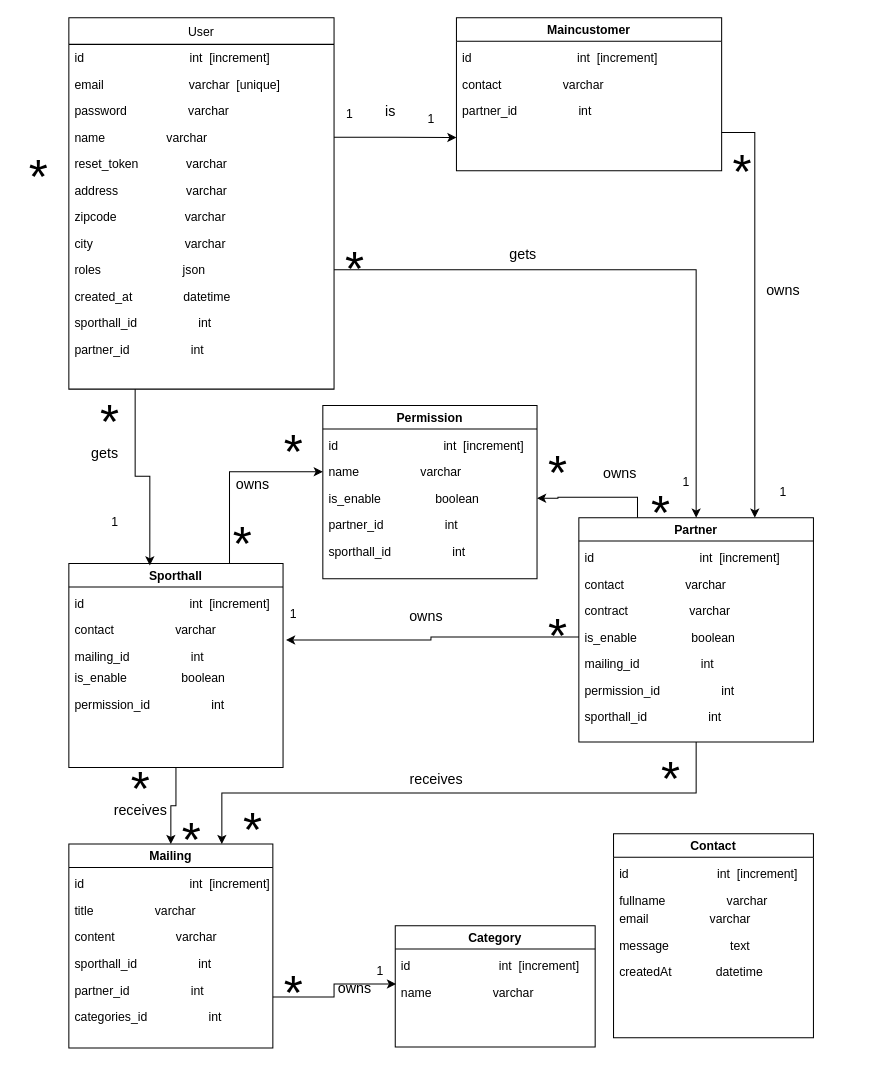
Above: PlanetBody/classes.drawio in cyrisa02/diagrammes-UML (draw.io), before the change. Source tidied: cells renumbered, new cells numbered last; positions are measured from the earlier drawing's top-left corner, leaving out a move shared by most shapes. Both pictures are drawn from the tidied source at 102%, with x=0, y=0 at pixel (17, 17).
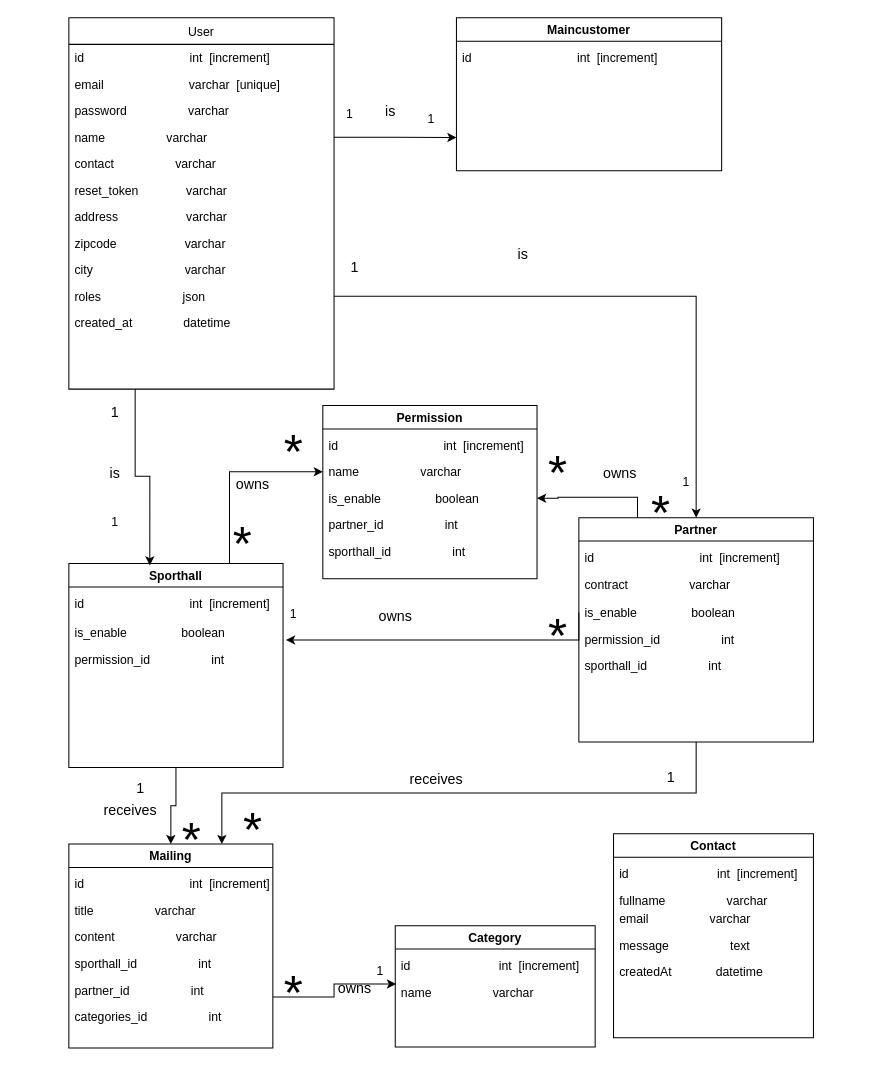
After the change.

Commit message:
Mettre à jour classes.drawio

The change refers to these unchanged cells:
```xml
<mxCell id="2" value="User" style="swimlane;fontStyle=0;align=center;verticalAlign=top;horizontal=1;startSize=26;rounded=0;shadow=0;strokeWidth=1;" parent="1" vertex="1">
  <mxGeometry x="50" width="260" height="364" as="geometry" />
</mxCell>
<mxCell id="16" value="Maincustomer" style="swimlane;" parent="1" vertex="1">
  <mxGeometry x="430" width="260" height="150" as="geometry" />
</mxCell>
<mxCell id="22" value="Partner" style="swimlane;" parent="1" vertex="1">
  <mxGeometry x="550" y="490" width="230" height="220" as="geometry" />
</mxCell>
<mxCell id="38" value="Sporthall" style="swimlane;" parent="1" vertex="1">
  <mxGeometry x="50" y="535" width="210" height="200" as="geometry" />
</mxCell>
```

The edit, as a diff of the source:
```diff
@@
+    <mxCell id="18" value="contact                  varchar" style="text;align=left;verticalAlign=top;spacingLeft=4;spacingRight=4;overflow=hidden;" parent="2" vertex="1">
+      <mxGeometry y="130" width="260" height="26" as="geometry" />
+    </mxCell>
     <mxCell id="7" value="reset_token              varchar" style="text;align=left;verticalAlign=top;spacingLeft=4;spacingRight=4;overflow=hidden;" parent="2" vertex="1">
-      <mxGeometry y="130" width="260" height="26" as="geometry" />
+      <mxGeometry y="156" width="260" height="26" as="geometry" />
     </mxCell>
     <mxCell id="8" value="address                    varchar" style="text;align=left;verticalAlign=top;spacingLeft=4;spacingRight=4;overflow=hidden;" parent="2" vertex="1">
-      <mxGeometry y="156" width="260" height="26" as="geometry" />
+      <mxGeometry y="182" width="260" height="26" as="geometry" />
     </mxCell>
     <mxCell id="9" value="zipcode                    varchar" style="text;align=left;verticalAlign=top;spacingLeft=4;spacingRight=4;overflow=hidden;" parent="2" vertex="1">
-      <mxGeometry y="182" width="260" height="26" as="geometry" />
+      <mxGeometry y="208" width="260" height="26" as="geometry" />
     </mxCell>
     <mxCell id="10" value="city                           varchar" style="text;align=left;verticalAlign=top;spacingLeft=4;spacingRight=4;overflow=hidden;" parent="2" vertex="1">
-      <mxGeometry y="208" width="260" height="26" as="geometry" />
+      <mxGeometry y="234" width="260" height="26" as="geometry" />
     </mxCell>
     <mxCell id="11" value="roles                        json" style="text;align=left;verticalAlign=top;spacingLeft=4;spacingRight=4;overflow=hidden;points=[[0,0.5],[1,0.5]];portConstraint=eastwest;" parent="2" vertex="1">
-      <mxGeometry y="234" width="260" height="26" as="geometry" />
+      <mxGeometry y="260" width="260" height="26" as="geometry" />
     </mxCell>
     <mxCell id="12" value="created_at               datetime" style="text;align=left;verticalAlign=top;spacingLeft=4;spacingRight=4;overflow=hidden;" parent="2" vertex="1">
-      <mxGeometry y="260" width="260" height="26" as="geometry" />
+      <mxGeometry y="286" width="260" height="26" as="geometry" />
     </mxCell>
-    <mxCell id="13" value="sporthall_id                  int" style="text;align=left;verticalAlign=top;spacingLeft=4;spacingRight=4;overflow=hidden;" parent="2" vertex="1">
-      <mxGeometry y="286" width="260" height="26" as="geometry" />
-    </mxCell>
-    <mxCell id="14" value="partner_id                  int" style="text;align=left;verticalAlign=top;spacingLeft=4;spacingRight=4;overflow=hidden;" parent="2" vertex="1">
-      <mxGeometry y="312" width="260" height="26" as="geometry" />
-    </mxCell>
-    <mxCell id="15" style="edgeStyle=orthogonalEdgeStyle;rounded=0;jettySize=auto;html=1;exitX=1;exitY=0.75;exitDx=0;exitDy=0;entryX=0.75;entryY=0;entryDx=0;entryDy=0;fontSize=14;" parent="1" edge="1" source="16" target="22">
-      <mxGeometry relative="1" as="geometry" />
-    </mxCell>
@@
-    <mxCell id="18" value="contact                  varchar" style="text;align=left;verticalAlign=top;spacingLeft=4;spacingRight=4;overflow=hidden;" parent="16" vertex="1">
-      <mxGeometry y="52" width="260" height="26" as="geometry" />
-    </mxCell>
-    <mxCell id="19" value="partner_id                  int" style="text;align=left;verticalAlign=top;spacingLeft=4;spacingRight=4;overflow=hidden;" parent="16" vertex="1">
-      <mxGeometry y="78" width="190" height="26" as="geometry" />
-    </mxCell>
@@
     <mxCell id="24" value="contract                  varchar" style="text;align=left;verticalAlign=top;spacingLeft=4;spacingRight=4;overflow=hidden;" parent="22" vertex="1">
-      <mxGeometry y="78" width="260" height="26" as="geometry" />
+      <mxGeometry y="52" width="220" height="26" as="geometry" />
     </mxCell>
     <mxCell id="25" value="is_enable                boolean" style="text;align=left;verticalAlign=top;spacingLeft=4;spacingRight=4;overflow=hidden;points=[[0,0.5],[1,0.5]];portConstraint=eastwest;" parent="22" vertex="1">
-      <mxGeometry y="104" width="260" height="26" as="geometry" />
+      <mxGeometry y="80" width="260" height="26" as="geometry" />
     </mxCell>
-    <mxCell id="26" value="contact                  varchar" style="text;align=left;verticalAlign=top;spacingLeft=4;spacingRight=4;overflow=hidden;" parent="22" vertex="1">
-      <mxGeometry y="52" width="260" height="26" as="geometry" />
-    </mxCell>
-    <mxCell id="27" value="mailing_id                  int" style="text;align=left;verticalAlign=top;spacingLeft=4;spacingRight=4;overflow=hidden;" parent="22" vertex="1">
-      <mxGeometry y="130" width="190" height="26" as="geometry" />
-    </mxCell>
     <mxCell id="28" value="permission_id                  int" style="text;align=left;verticalAlign=top;spacingLeft=4;spacingRight=4;overflow=hidden;" parent="22" vertex="1">
-      <mxGeometry y="156" width="190" height="26" as="geometry" />
+      <mxGeometry y="106" width="190" height="26" as="geometry" />
     </mxCell>
     <mxCell id="29" value="sporthall_id                  int" style="text;align=left;verticalAlign=top;spacingLeft=4;spacingRight=4;overflow=hidden;" parent="22" vertex="1">
-      <mxGeometry y="182" width="190" height="26" as="geometry" />
+      <mxGeometry y="132" width="190" height="26" as="geometry" />
     </mxCell>
@@
     <mxCell id="40" value="is_enable                boolean" style="text;align=left;verticalAlign=top;spacingLeft=4;spacingRight=4;overflow=hidden;" parent="38" vertex="1">
-      <mxGeometry y="99" width="210" height="26" as="geometry" />
+      <mxGeometry y="55" width="210" height="26" as="geometry" />
     </mxCell>
-    <mxCell id="41" value="mailing_id                  int" style="text;align=left;verticalAlign=top;spacingLeft=4;spacingRight=4;overflow=hidden;" parent="38" vertex="1">
-      <mxGeometry y="78" width="190" height="26" as="geometry" />
-    </mxCell>
     <mxCell id="42" value="permission_id                  int" style="text;align=left;verticalAlign=top;spacingLeft=4;spacingRight=4;overflow=hidden;" parent="38" vertex="1">
-      <mxGeometry y="125" width="190" height="26" as="geometry" />
+      <mxGeometry y="81" width="190" height="26" as="geometry" />
     </mxCell>
-    <mxCell id="43" value="contact                  varchar" style="text;align=left;verticalAlign=top;spacingLeft=4;spacingRight=4;overflow=hidden;points=[[0,0.5],[1,0.5]];portConstraint=eastwest;" parent="38" vertex="1">
-      <mxGeometry y="52" width="210" height="26" as="geometry" />
-    </mxCell>
@@
-    <mxCell id="63" value="&lt;font style=&quot;font-size: 48px;&quot;&gt;*&lt;/font&gt;" style="text;html=1;align=center;verticalAlign=middle;fillColor=none;strokeColor=none;rounded=0;" parent="1" vertex="1">
-      <mxGeometry x="100" y="720" width="40" height="70" as="geometry" />
+    <mxCell id="63" value="&lt;font style=&quot;font-size: 14px;&quot;&gt;1&lt;/font&gt;" style="text;html=1;align=center;verticalAlign=middle;fillColor=none;strokeColor=none;rounded=0;" parent="1" vertex="1">
+      <mxGeometry x="105" y="740" width="30" height="30" as="geometry" />
     </mxCell>
@@
-    <mxCell id="65" value="&lt;font style=&quot;font-size: 48px;&quot;&gt;*&lt;/font&gt;" style="text;html=1;align=center;verticalAlign=middle;fillColor=none;strokeColor=none;rounded=0;" parent="1" vertex="1">
-      <mxGeometry x="620" y="710" width="40" height="70" as="geometry" />
+    <mxCell id="65" value="&lt;font style=&quot;font-size: 14px;&quot;&gt;1&lt;/font&gt;" style="text;html=1;align=center;verticalAlign=middle;fillColor=none;strokeColor=none;rounded=0;" parent="1" vertex="1">
+      <mxGeometry x="625" y="730" width="30" height="30" as="geometry" />
     </mxCell>
@@
-    <mxCell id="72" value="&lt;font style=&quot;font-size: 14px;&quot;&gt;gets&lt;/font&gt;" style="text;html=1;align=center;verticalAlign=middle;fillColor=none;strokeColor=none;rounded=0;fontSize=48;" parent="1" vertex="1">
-      <mxGeometry x="470" y="185" width="50" height="70" as="geometry" />
+    <mxCell id="72" value="&lt;font style=&quot;font-size: 14px;&quot;&gt;is&lt;/font&gt;" style="text;html=1;align=center;verticalAlign=middle;fillColor=none;strokeColor=none;rounded=0;fontSize=48;" parent="1" vertex="1">
+      <mxGeometry x="480" y="185" width="30" height="70" as="geometry" />
     </mxCell>
@@
-    <mxCell id="76" value="&lt;font style=&quot;font-size: 14px;&quot;&gt;gets&lt;/font&gt;" style="text;html=1;align=center;verticalAlign=middle;fillColor=none;strokeColor=none;rounded=0;fontSize=48;" parent="1" vertex="1">
-      <mxGeometry x="60" y="380" width="50" height="70" as="geometry" />
+    <mxCell id="76" value="&lt;font style=&quot;font-size: 14px;&quot;&gt;1&lt;/font&gt;" style="text;html=1;align=center;verticalAlign=middle;fillColor=none;strokeColor=none;rounded=0;fontSize=48;" parent="1" vertex="1">
+      <mxGeometry x="80" y="340" width="30" height="70" as="geometry" />
     </mxCell>
@@
     <mxCell id="78" value="&lt;font style=&quot;font-size: 14px;&quot;&gt;receives&lt;/font&gt;" style="text;html=1;align=center;verticalAlign=middle;fillColor=none;strokeColor=none;rounded=0;fontSize=48;" parent="1" vertex="1">
-      <mxGeometry x="80" y="730" width="80" height="70" as="geometry" />
+      <mxGeometry x="70" y="730" width="80" height="70" as="geometry" />
     </mxCell>
@@
-    <mxCell id="80" value="&lt;font style=&quot;font-size: 48px;&quot;&gt;*&lt;/font&gt;" style="text;html=1;align=center;verticalAlign=middle;fillColor=none;strokeColor=none;rounded=0;" parent="1" vertex="1">
-      <mxGeometry x="70" y="360" width="40" height="70" as="geometry" />
-    </mxCell>
-    <mxCell id="81" value="&lt;font style=&quot;font-size: 48px;&quot;&gt;*&lt;/font&gt;" style="text;html=1;align=center;verticalAlign=middle;fillColor=none;strokeColor=none;rounded=0;" parent="1" vertex="1">
-      <mxGeometry x="310" y="210" width="40" height="70" as="geometry" />
+    <mxCell id="81" value="&lt;font style=&quot;font-size: 14px;&quot;&gt;1&lt;/font&gt;" style="text;html=1;align=center;verticalAlign=middle;fillColor=none;strokeColor=none;rounded=0;" parent="1" vertex="1">
+      <mxGeometry x="315" y="230" width="30" height="30" as="geometry" />
     </mxCell>
-    <mxCell id="82" value="&lt;font style=&quot;font-size: 14px;&quot;&gt;owns&lt;/font&gt;" style="text;html=1;align=center;verticalAlign=middle;fillColor=none;strokeColor=none;rounded=0;fontSize=48;" parent="1" vertex="1">
-      <mxGeometry x="720" y="220" width="60" height="70" as="geometry" />
-    </mxCell>
-    <mxCell id="83" value="&lt;font style=&quot;font-size: 48px;&quot;&gt;*&lt;/font&gt;" style="text;html=1;align=center;verticalAlign=middle;fillColor=none;strokeColor=none;rounded=0;" parent="1" vertex="1">
-      <mxGeometry x="690" y="115" width="40" height="70" as="geometry" />
-    </mxCell>
-    <mxCell id="84" value="1" style="text;html=1;align=center;verticalAlign=middle;fillColor=none;strokeColor=none;rounded=0;" parent="1" vertex="1">
-      <mxGeometry x="735" y="450" width="30" height="30" as="geometry" />
-    </mxCell>
-    <mxCell id="85" style="edgeStyle=orthogonalEdgeStyle;rounded=0;jettySize=auto;html=1;exitX=0;exitY=0.5;exitDx=0;exitDy=0;fontSize=14;entryX=1.014;entryY=0.885;entryDx=0;entryDy=0;entryPerimeter=0;" parent="1" edge="1" source="25" target="43">
-      <mxGeometry relative="1" as="geometry" />
+    <mxCell id="85" style="edgeStyle=orthogonalEdgeStyle;rounded=0;jettySize=auto;html=1;exitX=0;exitY=0.5;exitDx=0;exitDy=0;fontSize=14;entryX=1.014;entryY=0.885;entryDx=0;entryDy=0;entryPerimeter=0;" parent="1" edge="1" source="25">
+      <mxGeometry relative="1" as="geometry">
+        <mxPoint x="262.9" y="610" as="targetPoint" />
+        <Array as="points">
+          <mxPoint x="550" y="610" />
+        </Array>
+      </mxGeometry>
     </mxCell>
     <mxCell id="86" value="&lt;font style=&quot;font-size: 14px;&quot;&gt;owns&lt;/font&gt;" style="text;html=1;align=center;verticalAlign=middle;fillColor=none;strokeColor=none;rounded=0;fontSize=48;" parent="1" vertex="1">
-      <mxGeometry x="370" y="540" width="60" height="70" as="geometry" />
+      <mxGeometry x="340" y="540" width="60" height="70" as="geometry" />
     </mxCell>
@@
-    <mxCell id="95" value="&lt;font style=&quot;font-size: 48px;&quot;&gt;*&lt;/font&gt;" style="text;html=1;align=center;verticalAlign=middle;fillColor=none;strokeColor=none;rounded=0;" parent="1" vertex="1">
-      <mxGeometry y="120" width="40" height="70" as="geometry" />
-    </mxCell>
+    <mxCell id="96" value="&lt;font style=&quot;font-size: 14px;&quot;&gt;is&lt;/font&gt;" style="text;html=1;align=center;verticalAlign=middle;fillColor=none;strokeColor=none;rounded=0;fontSize=48;" parent="1" vertex="1">
+      <mxGeometry x="80" y="400" width="30" height="70" as="geometry" />
+    </mxCell>
```
